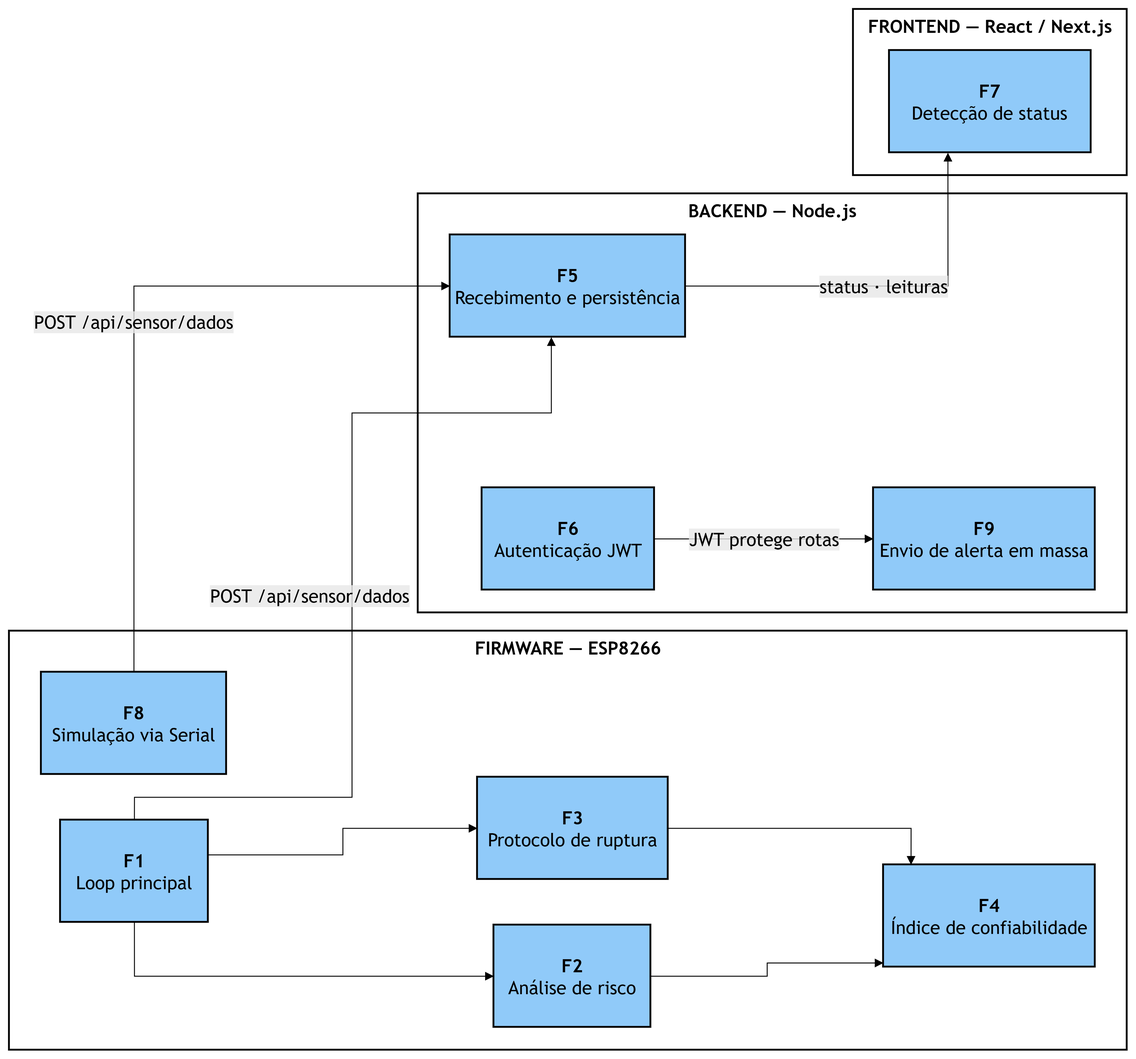
Before: figures/cap4_fluxograma_f0_visao_geral.png, a diagram exported from draw.io (ramosth/tcc-iprj-2025-documento). Source tidied: cells renumbered, new cells last; positions are measured from the earlier drawing's top-left corner, leaving out a move shared by most shapes.
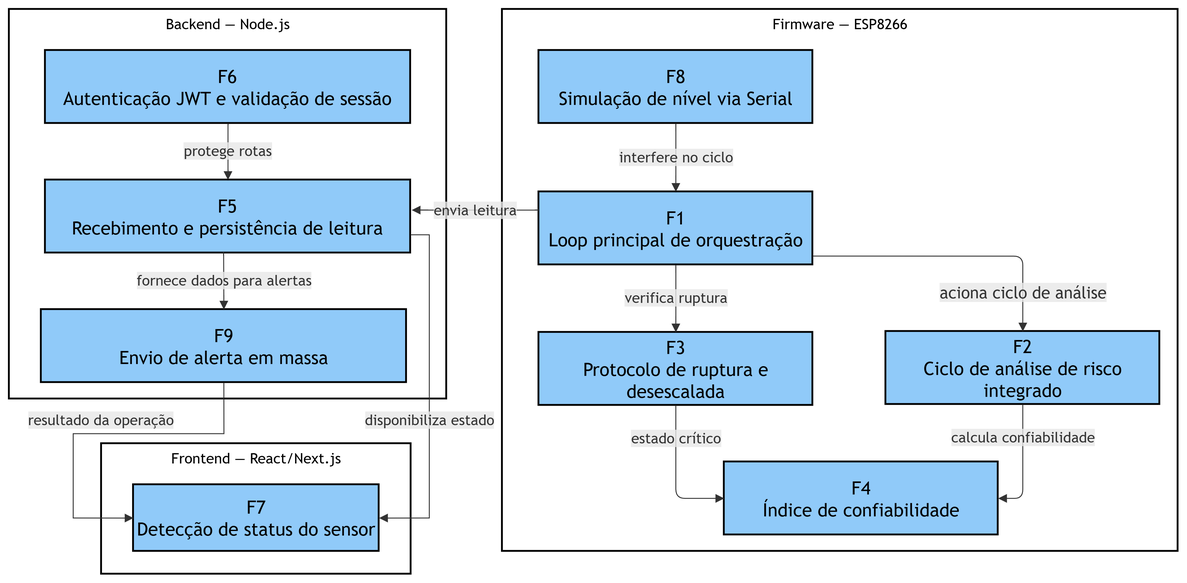
Above is the later version.

Change to the diagram source:
```diff
@@ -5,99 +5,82 @@
     <mxCell id="2" style="group;transparentBounds=1;editIcon=1;lockedGroup=0;groupPadding=10;" parent="1" vertex="1">
       <mxGeometry as="geometry" />
     </mxCell>
-    <mxCell id="3" value="&lt;font color=&quot;#000000&quot;&gt;&lt;b&gt;FIRMWARE — ESP8266&lt;/b&gt;&lt;/font&gt;" style="html=1;whiteSpace=wrap;strokeWidth=2;verticalAlign=top;fillColor=default;strokeColor=default;fontColor=#000000;fontFamily=Trebuchet MS,Verdana,Arial,sans-serif;fontSize=20;" parent="2" vertex="1">
-      <mxGeometry x="50.5" y="691" width="1225" height="459" as="geometry" />
-    </mxCell>
-    <mxCell id="4" value="&lt;b&gt;F1&lt;/b&gt;&#10;Loop principal" style="html=1;whiteSpace=wrap;strokeWidth=2;fillColor=#90CAF9;strokeColor=default;fontColor=default;fontFamily=Trebuchet MS,Verdana,Arial,sans-serif;fontSize=20;" parent="3" vertex="1">
-      <mxGeometry x="56" y="207" width="162" height="112" as="geometry" />
-    </mxCell>
-    <mxCell id="5" value="&lt;b&gt;F2&lt;/b&gt;&#10;Análise de risco" style="html=1;whiteSpace=wrap;strokeWidth=2;fillColor=#90CAF9;strokeColor=default;fontColor=default;fontFamily=Trebuchet MS,Verdana,Arial,sans-serif;fontSize=20;" parent="3" vertex="1">
-      <mxGeometry x="531" y="322" width="172" height="112" as="geometry" />
-    </mxCell>
-    <mxCell id="6" value="&lt;b&gt;F3&lt;/b&gt;&#10;Protocolo de ruptura" style="html=1;whiteSpace=wrap;strokeWidth=2;fillColor=#90CAF9;strokeColor=default;fontColor=default;fontFamily=Trebuchet MS,Verdana,Arial,sans-serif;fontSize=20;" parent="3" vertex="1">
-      <mxGeometry x="513" y="160" width="209" height="112" as="geometry" />
-    </mxCell>
+    <mxCell id="23" value="Firmware — ESP8266" style="html=1;whiteSpace=wrap;strokeWidth=2;verticalAlign=top;fillColor=default;strokeColor=default;fontColor=default;fontFamily=Trebuchet MS,Verdana,Arial,sans-serif;fontSize=16;" parent="2" vertex="1">
+      <mxGeometry x="570" y="30" width="740" height="594" as="geometry" />
+    </mxCell>
+    <mxCell id="24" value="F1&#10;Loop principal de orquestração" style="html=1;whiteSpace=wrap;strokeWidth=2;fillColor=#90CAF9;strokeColor=default;fontColor=default;fontFamily=Trebuchet MS,Verdana,Arial,sans-serif;fontSize=20;" parent="23" vertex="1">
+      <mxGeometry x="40" y="200" width="300" height="80" as="geometry" />
+    </mxCell>
+    <mxCell id="25" value="F3&#10;Protocolo de ruptura e desescalada" style="html=1;whiteSpace=wrap;strokeWidth=2;fillColor=#90CAF9;strokeColor=default;fontColor=default;fontFamily=Trebuchet MS,Verdana,Arial,sans-serif;fontSize=20;" parent="23" vertex="1">
+      <mxGeometry x="40" y="354" width="300" height="80" as="geometry" />
+    </mxCell>
-    <mxCell id="7" value="&lt;b&gt;F4&lt;/b&gt;&#10;Índice de confiabilidade" style="html=1;whiteSpace=wrap;strokeWidth=2;fillColor=#90CAF9;strokeColor=default;fontColor=default;fontFamily=Trebuchet MS,Verdana,Arial,sans-serif;fontSize=20;" parent="3" vertex="1">
-      <mxGeometry x="958" y="256" width="232" height="112" as="geometry" />
+    <mxCell id="7" value="F4&#10;Índice de confiabilidade" style="html=1;whiteSpace=wrap;strokeWidth=2;fillColor=#90CAF9;strokeColor=default;fontColor=default;fontFamily=Trebuchet MS,Verdana,Arial,sans-serif;fontSize=20;" parent="23" vertex="1">
+      <mxGeometry x="243" y="496" width="300" height="80" as="geometry" />
     </mxCell>
-    <mxCell id="8" value="&lt;font&gt;&lt;b&gt;F8&lt;/b&gt;&lt;br&gt;Simulação via Serial&lt;/font&gt;" style="html=1;whiteSpace=wrap;strokeWidth=2;fillColor=#90CAF9;strokeColor=default;fontColor=default;fontFamily=Trebuchet MS,Verdana,Arial,sans-serif;fontSize=20;" parent="3" vertex="1">
-      <mxGeometry x="35" y="45" width="203" height="112" as="geometry" />
-    </mxCell>
-    <mxCell id="9" style="startArrow=none;endArrow=block;endSize=7;strokeColor=#000000;exitX=0.5;exitY=1;entryX=0;entryY=0.5;rounded=0;edgeStyle=orthogonalEdgeStyle;libavoidRouting=1;exitDx=0;exitDy=0;" parent="3" edge="1" source="4" target="5">
-      <mxGeometry relative="1" as="geometry">
-        <Array as="points">
-          <mxPoint x="137.5" y="378" />
-        </Array>
-      </mxGeometry>
-    </mxCell>
-    <mxCell id="10" style="startArrow=none;endArrow=block;endSize=7;strokeColor=#000000;exitX=1;exitY=0.34;entryX=0;entryY=0.5;rounded=0;edgeStyle=orthogonalEdgeStyle;libavoidRouting=1;" parent="3" edge="1" source="4" target="6">
-      <mxGeometry relative="1" as="geometry">
-        <Array as="points">
-          <mxPoint x="365.5" y="245" />
-          <mxPoint x="365.5" y="216" />
-        </Array>
-      </mxGeometry>
-    </mxCell>
-    <mxCell id="11" style="startArrow=none;endArrow=block;endSize=7;strokeColor=#000000;exitX=1;exitY=0.5;entryX=0;entryY=0.96;rounded=0;edgeStyle=orthogonalEdgeStyle;libavoidRouting=1;" parent="3" edge="1" source="5" target="7">
-      <mxGeometry relative="1" as="geometry">
-        <Array as="points">
-          <mxPoint x="830.5" y="378" />
-          <mxPoint x="830.5" y="364" />
-        </Array>
-      </mxGeometry>
-    </mxCell>
-    <mxCell id="12" style="startArrow=none;endArrow=block;endSize=7;strokeColor=#000000;exitX=1;exitY=0.5;entryX=0.13;entryY=0;rounded=0;edgeStyle=orthogonalEdgeStyle;libavoidRouting=1;" parent="3" edge="1" source="6" target="7">
-      <mxGeometry relative="1" as="geometry">
-        <Array as="points">
-          <mxPoint x="988.5" y="216" />
-        </Array>
-      </mxGeometry>
-    </mxCell>
-    <mxCell id="13" value="&lt;font color=&quot;#000000&quot;&gt;&lt;b&gt;BACKEND — Node.js&lt;/b&gt;&lt;/font&gt;" style="html=1;whiteSpace=wrap;strokeWidth=2;verticalAlign=top;fillColor=default;strokeColor=default;fontColor=#000000;fontFamily=Trebuchet MS,Verdana,Arial,sans-serif;fontSize=20;" parent="2" vertex="1">
-      <mxGeometry x="498.5" y="212" width="777" height="459" as="geometry" />
-    </mxCell>
-    <mxCell id="14" value="&lt;b&gt;F5&lt;/b&gt;&#10;Recebimento e persistência" style="html=1;whiteSpace=wrap;strokeWidth=2;fillColor=#90CAF9;strokeColor=default;fontColor=default;fontFamily=Trebuchet MS,Verdana,Arial,sans-serif;fontSize=20;" parent="13" vertex="1">
-      <mxGeometry x="35" y="45" width="258" height="112" as="geometry" />
-    </mxCell>
-    <mxCell id="15" value="&lt;b&gt;F6&lt;/b&gt;&#10;Autenticação JWT" style="html=1;whiteSpace=wrap;strokeWidth=2;fillColor=#90CAF9;strokeColor=default;fontColor=default;fontFamily=Trebuchet MS,Verdana,Arial,sans-serif;fontSize=20;" parent="13" vertex="1">
-      <mxGeometry x="70" y="322" width="189" height="112" as="geometry" />
-    </mxCell>
+    <mxCell id="26" value="F8&#10;Simulação de nível via Serial" style="html=1;whiteSpace=wrap;strokeWidth=2;fillColor=#90CAF9;strokeColor=default;fontColor=default;fontFamily=Trebuchet MS,Verdana,Arial,sans-serif;fontSize=20;" parent="23" vertex="1">
+      <mxGeometry x="40" y="45" width="300" height="80" as="geometry" />
+    </mxCell>
+    <mxCell id="27" value="verifica ruptura" style="curved=1;startArrow=none;endArrow=block;endSize=7;strokeColor=light-dark(#333333,#cccccc);html=1;fontSize=16;labelBackgroundColor=light-dark(#E8E8E88D,#2a2a2a8D);fontFamily=Trebuchet MS,Verdana,Arial,sans-serif;fontColor=light-dark(#333333,#cccccc);exitX=0.5;exitY=1;entryX=0.5;entryY=0;" parent="23" edge="1" source="24" target="25">
+      <mxGeometry relative="1" as="geometry" />
+    </mxCell>
+    <mxCell id="28" value="estado crítico" style="startArrow=none;endArrow=block;endSize=7;strokeColor=light-dark(#333333,#cccccc);html=1;fontSize=16;labelBackgroundColor=light-dark(#E8E8E88D,#2a2a2a8D);fontFamily=Trebuchet MS,Verdana,Arial,sans-serif;fontColor=light-dark(#333333,#cccccc);exitX=0.5;exitY=1;entryX=0;entryY=0.5;edgeStyle=orthogonalEdgeStyle;entryDx=0;entryDy=0;" parent="23" edge="1" source="25" target="7">
+      <mxGeometry x="-0.54" relative="1" as="geometry" />
+    </mxCell>
+    <mxCell id="29" value="interfere no ciclo" style="curved=1;startArrow=none;endArrow=block;endSize=7;strokeColor=light-dark(#333333,#cccccc);html=1;fontSize=16;labelBackgroundColor=light-dark(#E8E8E88D,#2a2a2a8D);fontFamily=Trebuchet MS,Verdana,Arial,sans-serif;fontColor=light-dark(#333333,#cccccc);exitX=0.5;exitY=1;entryX=0.5;entryY=0;" parent="23" edge="1" source="26" target="24">
+      <mxGeometry relative="1" as="geometry" />
+    </mxCell>
+    <mxCell id="30" value="Backend — Node.js" style="html=1;whiteSpace=wrap;strokeWidth=2;verticalAlign=top;fillColor=default;strokeColor=default;fontColor=default;fontFamily=Trebuchet MS,Verdana,Arial,sans-serif;fontSize=16;" parent="2" vertex="1">
+      <mxGeometry x="30" y="30" width="479" height="427" as="geometry" />
+    </mxCell>
+    <mxCell id="31" value="F5&#10;Recebimento e persistência de leitura" style="html=1;whiteSpace=wrap;strokeWidth=2;fillColor=#90CAF9;strokeColor=default;fontColor=default;fontFamily=Trebuchet MS,Verdana,Arial,sans-serif;fontSize=20;" parent="30" vertex="1">
+      <mxGeometry x="39.5" y="187" width="400" height="80" as="geometry" />
+    </mxCell>
+    <mxCell id="32" value="F6&#10;Autenticação JWT e validação de sessão" style="html=1;whiteSpace=wrap;strokeWidth=2;fillColor=#90CAF9;strokeColor=default;fontColor=default;fontFamily=Trebuchet MS,Verdana,Arial,sans-serif;fontSize=20;" parent="30" vertex="1">
+      <mxGeometry x="39.5" y="45" width="400" height="80" as="geometry" />
+    </mxCell>
-    <mxCell id="16" value="&lt;b&gt;F9&lt;/b&gt;&lt;br&gt;Envio de alerta em massa" style="html=1;whiteSpace=wrap;strokeWidth=2;fillColor=#90CAF9;strokeColor=default;fontColor=default;fontFamily=Trebuchet MS,Verdana,Arial,sans-serif;fontSize=20;" parent="13" vertex="1">
-      <mxGeometry x="499" y="322" width="243" height="112" as="geometry" />
+    <mxCell id="16" value="F9&#10;Envio de alerta em massa" style="html=1;whiteSpace=wrap;strokeWidth=2;fillColor=#90CAF9;strokeColor=default;fontColor=default;fontFamily=Trebuchet MS,Verdana,Arial,sans-serif;fontSize=20;" parent="30" vertex="1">
+      <mxGeometry x="35" y="329" width="400" height="80" as="geometry" />
     </mxCell>
-    <mxCell id="17" value="JWT protege rotas" style="startArrow=none;endArrow=block;endSize=7;strokeColor=#000000;html=1;fontSize=20;labelBackgroundColor=light-dark(#E8E8E88D,#2a2a2a8D);fontFamily=Trebuchet MS,Verdana,Arial,sans-serif;fontColor=#000000;exitX=1;exitY=0.5;entryX=0;entryY=0.5;rounded=0;edgeStyle=orthogonalEdgeStyle;libavoidRouting=1;" parent="13" edge="1" source="15" target="16">
-      <mxGeometry relative="1" as="geometry" />
-    </mxCell>
-    <mxCell id="18" value="&lt;font color=&quot;#000000&quot;&gt;&lt;b&gt;FRONTEND — React / Next.js&lt;/b&gt;&lt;/font&gt;" style="html=1;whiteSpace=wrap;strokeWidth=2;verticalAlign=top;fillColor=default;strokeColor=default;fontColor=#000000;fontFamily=Trebuchet MS,Verdana,Arial,sans-serif;fontSize=20;" parent="2" vertex="1">
-      <mxGeometry x="975.5" y="10" width="300" height="182" as="geometry" />
-    </mxCell>
-    <mxCell id="19" value="&lt;b&gt;F7&lt;/b&gt;&#10;Detecção de status" style="html=1;whiteSpace=wrap;strokeWidth=2;fillColor=#90CAF9;strokeColor=default;fontColor=default;fontFamily=Trebuchet MS,Verdana,Arial,sans-serif;fontSize=20;" parent="18" vertex="1">
-      <mxGeometry x="39.5" y="45" width="221.1" height="112" as="geometry" />
-    </mxCell>
-    <mxCell id="20" value="POST /api/sensor/dados" style="startArrow=none;endArrow=block;endSize=7;strokeColor=#000000;html=1;fontSize=20;labelBackgroundColor=light-dark(#E8E8E88D,#2a2a2a8D);fontFamily=Trebuchet MS,Verdana,Arial,sans-serif;fontColor=#000000;exitX=0.5;exitY=0;entryX=0.43;entryY=1;rounded=0;edgeStyle=orthogonalEdgeStyle;libavoidRouting=1;exitDx=0;exitDy=0;" parent="2" edge="1" source="4" target="14">
-      <mxGeometry x="-0.01" y="46" relative="1" as="geometry">
-        <Array as="points">
-          <mxPoint x="188" y="873" />
-          <mxPoint x="426" y="873" />
-          <mxPoint x="426" y="452" />
-          <mxPoint x="644" y="452" />
-        </Array>
-        <mxPoint y="1" as="offset" />
-      </mxGeometry>
-    </mxCell>
-    <mxCell id="21" value="POST /api/sensor/dados" style="startArrow=none;endArrow=block;endSize=7;strokeColor=#000000;html=1;fontSize=20;labelBackgroundColor=light-dark(#E8E8E88D,#2a2a2a8D);fontFamily=Trebuchet MS,Verdana,Arial,sans-serif;fontColor=#000000;exitX=0.5;exitY=0;entryX=0;entryY=0.5;rounded=0;edgeStyle=orthogonalEdgeStyle;libavoidRouting=1;entryDx=0;entryDy=0;exitDx=0;exitDy=0;" parent="2" edge="1" source="8" target="14">
-      <mxGeometry relative="1" as="geometry">
-        <Array as="points">
-          <mxPoint x="187" y="313" />
-        </Array>
-      </mxGeometry>
-    </mxCell>
-    <mxCell id="22" value="status · leituras" style="startArrow=none;endArrow=block;endSize=7;strokeColor=#000000;html=1;fontSize=20;labelBackgroundColor=light-dark(#E8E8E88D,#2a2a2a8D);fontFamily=Trebuchet MS,Verdana,Arial,sans-serif;fontColor=#000000;exitX=1;exitY=0.5;entryX=0.29;entryY=1;rounded=0;edgeStyle=orthogonalEdgeStyle;libavoidRouting=1;" parent="2" edge="1" source="14" target="19">
-      <mxGeometry relative="1" as="geometry">
-        <Array as="points">
-          <mxPoint x="1079" y="313" />
-        </Array>
-      </mxGeometry>
-    </mxCell>
+    <mxCell id="33" value="protege rotas" style="curved=1;startArrow=none;endArrow=block;endSize=7;strokeColor=light-dark(#333333,#cccccc);html=1;fontSize=16;labelBackgroundColor=light-dark(#E8E8E88D,#2a2a2a8D);fontFamily=Trebuchet MS,Verdana,Arial,sans-serif;fontColor=light-dark(#333333,#cccccc);exitX=0.5;exitY=1;entryX=0.5;entryY=0;" parent="30" edge="1" source="32" target="31">
+      <mxGeometry relative="1" as="geometry" />
+    </mxCell>
+    <mxCell id="34" value="fornece dados para alertas" style="curved=1;startArrow=none;endArrow=block;endSize=7;strokeColor=light-dark(#333333,#cccccc);html=1;fontSize=16;labelBackgroundColor=light-dark(#E8E8E88D,#2a2a2a8D);fontFamily=Trebuchet MS,Verdana,Arial,sans-serif;fontColor=light-dark(#333333,#cccccc);exitX=0.488;exitY=0.983;entryX=0.5;entryY=0;exitDx=0;exitDy=0;exitPerimeter=0;" parent="30" edge="1" source="31" target="16">
+      <mxGeometry relative="1" as="geometry" />
+    </mxCell>
+    <mxCell id="35" value="Frontend — React/Next.js" style="html=1;whiteSpace=wrap;strokeWidth=2;verticalAlign=top;fillColor=default;strokeColor=default;fontColor=default;fontFamily=Trebuchet MS,Verdana,Arial,sans-serif;fontSize=16;" parent="2" vertex="1">
+      <mxGeometry x="131" y="506" width="339" height="143" as="geometry" />
+    </mxCell>
+    <mxCell id="36" value="F7&#10;Detecção de status do sensor" style="html=1;whiteSpace=wrap;strokeWidth=2;fillColor=#90CAF9;strokeColor=default;fontColor=default;fontFamily=Trebuchet MS,Verdana,Arial,sans-serif;fontSize=20;" parent="35" vertex="1">
+      <mxGeometry x="35" y="45" width="269" height="73" as="geometry" />
+    </mxCell>
+    <mxCell id="37" value="envia leitura" style="curved=1;startArrow=none;endArrow=block;endSize=7;strokeColor=light-dark(#333333,#cccccc);html=1;fontSize=16;labelBackgroundColor=light-dark(#E8E8E88D,#2a2a2a8D);fontFamily=Trebuchet MS,Verdana,Arial,sans-serif;fontColor=light-dark(#333333,#cccccc);exitX=0;exitY=0.25;entryX=1.003;entryY=0.412;rounded=0;exitDx=0;exitDy=0;entryDx=0;entryDy=0;entryPerimeter=0;" parent="2" edge="1" source="24" target="31">
+      <mxGeometry relative="1" as="geometry" />
+    </mxCell>
+    <mxCell id="38" value="disponibiliza estado" style="startArrow=none;endArrow=block;endSize=7;strokeColor=light-dark(#333333,#cccccc);html=1;fontSize=16;labelBackgroundColor=light-dark(#E8E8E88D,#2a2a2a8D);fontFamily=Trebuchet MS,Verdana,Arial,sans-serif;fontColor=light-dark(#333333,#cccccc);exitX=1;exitY=0.75;entryX=1;entryY=0.5;rounded=0;exitDx=0;exitDy=0;entryDx=0;entryDy=0;edgeStyle=orthogonalEdgeStyle;" parent="2" edge="1" source="31" target="36">
+      <mxGeometry x="0.16" relative="1" as="geometry">
+        <Array as="points">
+          <mxPoint x="490" y="277" />
+          <mxPoint x="490" y="587.5" />
+        </Array>
+      </mxGeometry>
+    </mxCell>
+    <mxCell id="39" value="resultado da operação" style="startArrow=none;endArrow=block;endSize=7;strokeColor=light-dark(#333333,#cccccc);html=1;fontSize=16;labelBackgroundColor=light-dark(#E8E8E88D,#2a2a2a8D);fontFamily=Trebuchet MS,Verdana,Arial,sans-serif;fontColor=light-dark(#333333,#cccccc);exitX=0.5;exitY=1;entryX=0;entryY=0.5;rounded=0;edgeStyle=orthogonalEdgeStyle;entryDx=0;entryDy=0;" parent="2" edge="1" source="16" target="36">
+      <mxGeometry x="0.01" y="-15" relative="1" as="geometry">
+        <Array as="points">
+          <mxPoint x="265" y="495" />
+          <mxPoint x="100" y="495" />
+          <mxPoint x="100" y="587.5" />
+        </Array>
+      </mxGeometry>
+    </mxCell>
+    <mxCell id="40" value="F2&#10;Ciclo de análise de risco integrado" style="html=1;whiteSpace=wrap;strokeWidth=2;fillColor=#90CAF9;strokeColor=default;fontColor=default;fontFamily=Trebuchet MS,Verdana,Arial,sans-serif;fontSize=20;" parent="2" vertex="1">
+      <mxGeometry x="990" y="383" width="300" height="80" as="geometry" />
+    </mxCell>
+    <mxCell id="41" value="aciona ciclo de análise" style="startArrow=none;endArrow=block;endSize=7;strokeColor=light-dark(#333333,#cccccc);html=1;fontSize=18;labelBackgroundColor=light-dark(#E8E8E88D,#2a2a2a8D);fontFamily=Trebuchet MS,Verdana,Arial,sans-serif;fontColor=light-dark(#333333,#cccccc);exitX=1;exitY=0.88;entryX=0.5;entryY=0;edgeStyle=orthogonalEdgeStyle;" parent="2" edge="1" source="24" target="40">
+      <mxGeometry x="0.72" relative="1" as="geometry" />
+    </mxCell>
+    <mxCell id="42" value="calcula confiabilidade" style="startArrow=none;endArrow=block;endSize=7;strokeColor=light-dark(#333333,#cccccc);html=1;fontSize=16;labelBackgroundColor=light-dark(#E8E8E88D,#2a2a2a8D);fontFamily=Trebuchet MS,Verdana,Arial,sans-serif;fontColor=light-dark(#333333,#cccccc);exitX=0.5;exitY=1;entryX=1;entryY=0.5;entryDx=0;entryDy=0;edgeStyle=orthogonalEdgeStyle;" parent="2" edge="1" source="40" target="7">
+      <mxGeometry x="-0.43" relative="1" as="geometry" />
+    </mxCell>
   </root>
 </mxGraphModel>
```
